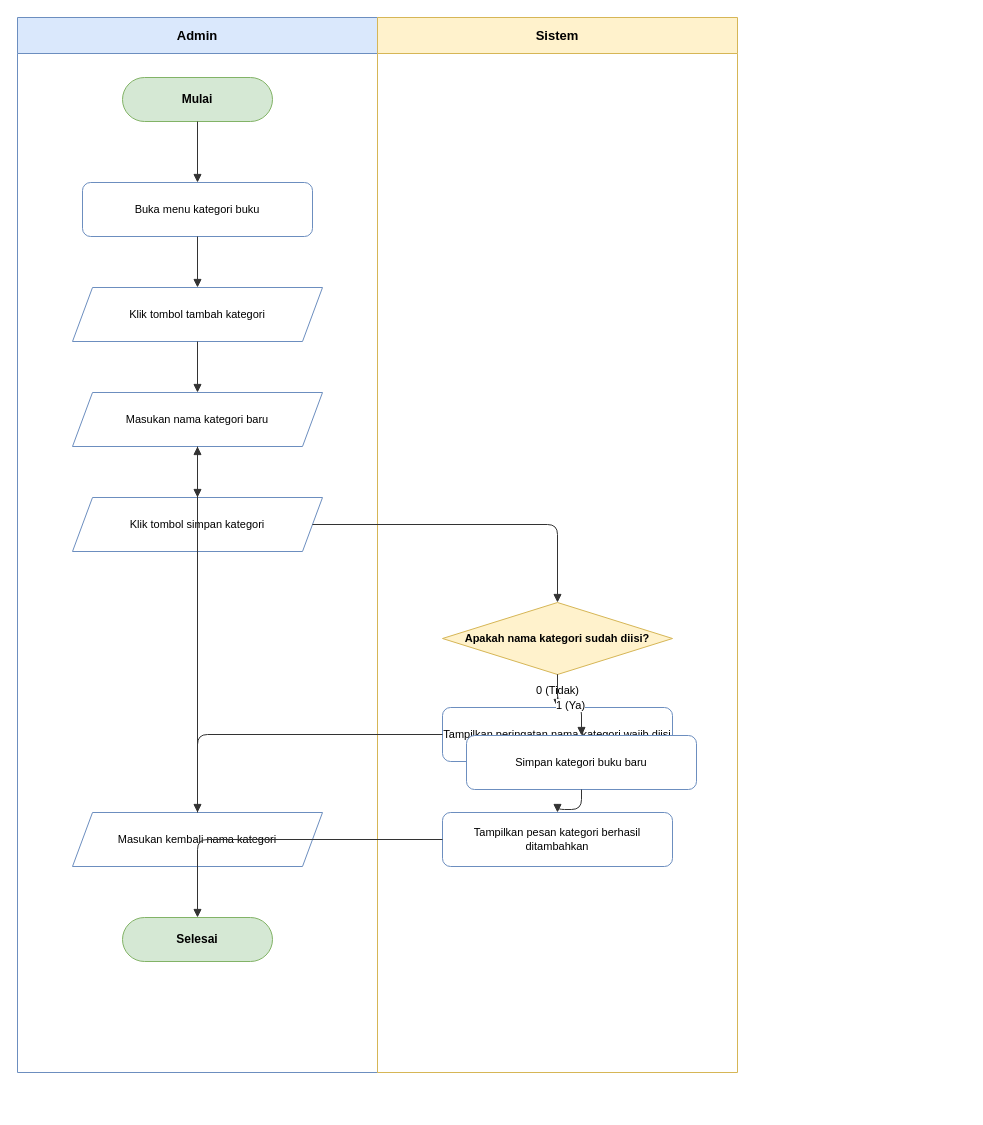
This is docs/diagrams/activity/activity-createcategory.drawio from dimstyle/ruang-baca, a draw.io file, before an edit. Source tidied: cells renumbered, new cells numbered last; positions are measured from the earlier drawing's top-left corner, leaving out a move shared by most shapes. Both pictures are drawn from the tidied source at 100%, with x=0, y=0 at pixel (17, 17).
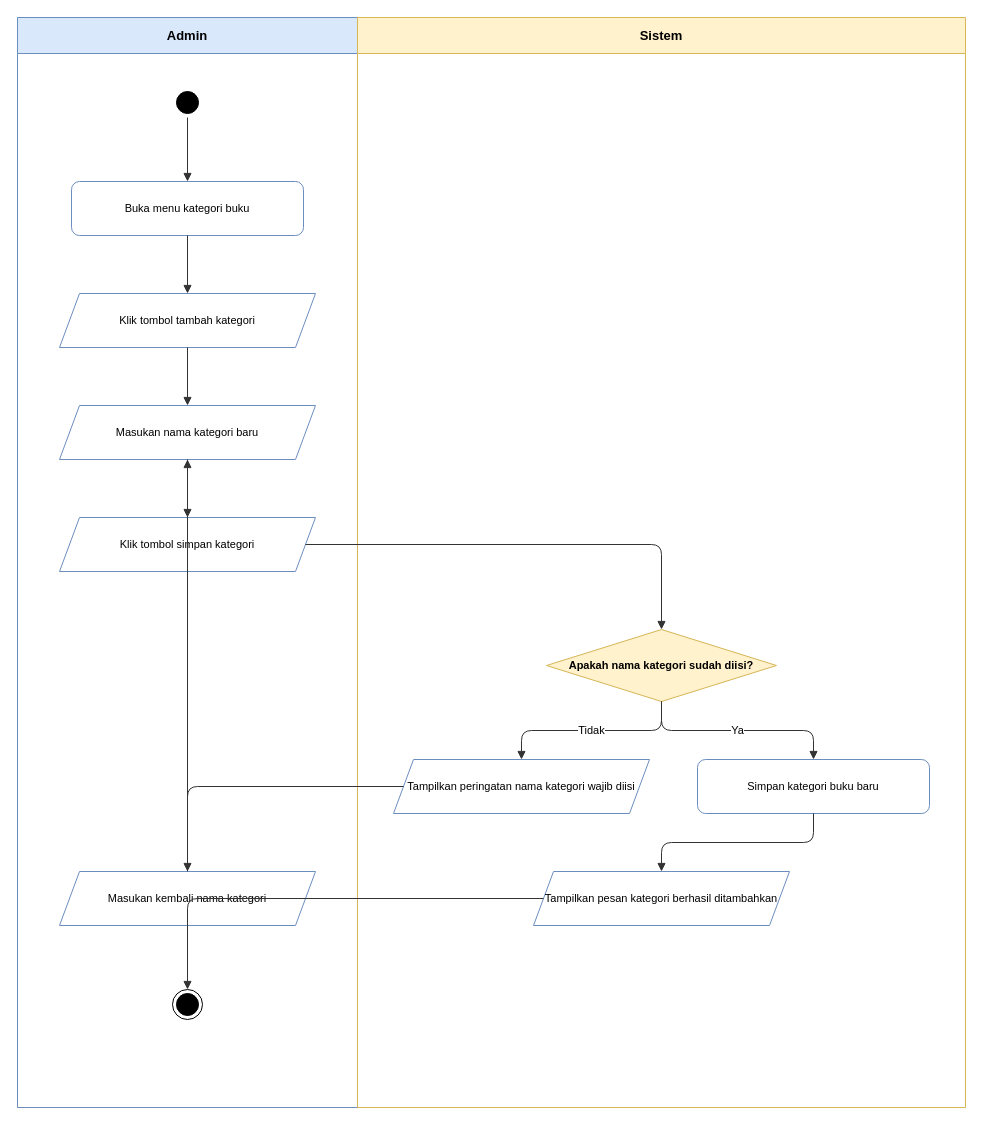
Above is the later version.

Diff of the diagram source:
```diff
@@
     <mxCell id="2" value="Admin" style="swimlane;whiteSpace=wrap;html=1;startSize=36;fillColor=#dae8fc;strokeColor=#6c8ebf;fontStyle=1;fontSize=13;" parent="1" vertex="1">
-      <mxGeometry width="360" height="1055" as="geometry" />
+      <mxGeometry width="340" height="1090" as="geometry" />
     </mxCell>
     <mxCell id="3" value="Sistem" style="swimlane;whiteSpace=wrap;html=1;startSize=36;fillColor=#fff2cc;strokeColor=#d6b656;fontStyle=1;fontSize=13;" parent="1" vertex="1">
-      <mxGeometry x="360" width="360" height="1055" as="geometry" />
+      <mxGeometry x="340" width="608" height="1090" as="geometry" />
     </mxCell>
-    <mxCell id="4" value="Mulai" style="rounded=1;whiteSpace=wrap;html=1;arcSize=50;fillColor=#d5e8d4;strokeColor=#82b366;fontStyle=1;fontSize=12;" parent="2" vertex="1">
-      <mxGeometry x="105" y="60" width="150" height="44" as="geometry" />
+    <mxCell id="4" style="ellipse;html=1;shape=startState;fillColor=#000000;strokeColor=#000000;" parent="2" vertex="1">
+      <mxGeometry x="155" y="70" width="30" height="30" as="geometry" />
     </mxCell>
     <mxCell id="5" value="Buka menu kategori buku" style="rounded=1;whiteSpace=wrap;html=1;fillColor=#ffffff;strokeColor=#6c8ebf;fontSize=11;" parent="2" vertex="1">
-      <mxGeometry x="65" y="165" width="230" height="54" as="geometry" />
+      <mxGeometry x="54" y="164" width="232" height="54" as="geometry" />
     </mxCell>
     <mxCell id="6" value="Klik tombol tambah kategori" style="shape=parallelogram;perimeter=parallelogramPerimeter;whiteSpace=wrap;html=1;fixedSize=1;fillColor=#ffffff;strokeColor=#6c8ebf;fontSize=11;" parent="2" vertex="1">
-      <mxGeometry x="55" y="270" width="250" height="54" as="geometry" />
+      <mxGeometry x="42" y="276" width="256" height="54" as="geometry" />
     </mxCell>
     <mxCell id="7" value="Masukan nama kategori baru" style="shape=parallelogram;perimeter=parallelogramPerimeter;whiteSpace=wrap;html=1;fixedSize=1;fillColor=#ffffff;strokeColor=#6c8ebf;fontSize=11;" parent="2" vertex="1">
-      <mxGeometry x="55" y="375" width="250" height="54" as="geometry" />
+      <mxGeometry x="42" y="388" width="256" height="54" as="geometry" />
     </mxCell>
     <mxCell id="8" value="Klik tombol simpan kategori" style="shape=parallelogram;perimeter=parallelogramPerimeter;whiteSpace=wrap;html=1;fixedSize=1;fillColor=#ffffff;strokeColor=#6c8ebf;fontSize=11;" parent="2" vertex="1">
-      <mxGeometry x="55" y="480" width="250" height="54" as="geometry" />
+      <mxGeometry x="42" y="500" width="256" height="54" as="geometry" />
     </mxCell>
     <mxCell id="9" value="Masukan kembali nama kategori" style="shape=parallelogram;perimeter=parallelogramPerimeter;whiteSpace=wrap;html=1;fixedSize=1;fillColor=#ffffff;strokeColor=#6c8ebf;fontSize=11;" parent="2" vertex="1">
-      <mxGeometry x="55" y="795" width="250" height="54" as="geometry" />
+      <mxGeometry x="42" y="854" width="256" height="54" as="geometry" />
     </mxCell>
-    <mxCell id="10" value="Selesai" style="rounded=1;whiteSpace=wrap;html=1;arcSize=50;fillColor=#d5e8d4;strokeColor=#82b366;fontStyle=1;fontSize=12;" parent="2" vertex="1">
-      <mxGeometry x="105" y="900" width="150" height="44" as="geometry" />
+    <mxCell id="10" style="ellipse;html=1;shape=endState;fillColor=#000000;strokeColor=#000000;" parent="2" vertex="1">
+      <mxGeometry x="155" y="972" width="30" height="30" as="geometry" />
     </mxCell>
     <mxCell id="11" value="Apakah nama kategori sudah diisi?" style="rhombus;whiteSpace=wrap;html=1;fillColor=#fff2cc;strokeColor=#d6b656;fontStyle=1;fontSize=11;" parent="3" vertex="1">
-      <mxGeometry x="65" y="585" width="230" height="72" as="geometry" />
+      <mxGeometry x="189" y="612" width="230" height="72" as="geometry" />
     </mxCell>
-    <mxCell id="12" value="Tampilkan peringatan nama kategori wajib diisi" style="rounded=1;whiteSpace=wrap;html=1;fillColor=#ffffff;strokeColor=#6c8ebf;fontSize=11;" parent="3" vertex="1">
-      <mxGeometry x="65" y="690" width="230" height="54" as="geometry" />
+    <mxCell id="12" value="Tampilkan peringatan nama kategori wajib diisi" style="shape=parallelogram;perimeter=parallelogramPerimeter;whiteSpace=wrap;html=1;fixedSize=1;fillColor=#ffffff;strokeColor=#6c8ebf;fontSize=11;" parent="3" vertex="1">
+      <mxGeometry x="36" y="742" width="256" height="54" as="geometry" />
     </mxCell>
     <mxCell id="13" value="Simpan kategori buku baru" style="rounded=1;whiteSpace=wrap;html=1;fillColor=#ffffff;strokeColor=#6c8ebf;fontSize=11;" parent="3" vertex="1">
-      <mxGeometry x="89" y="718" width="230" height="54" as="geometry" />
+      <mxGeometry x="340" y="742" width="232" height="54" as="geometry" />
     </mxCell>
-    <mxCell id="14" value="Tampilkan pesan kategori berhasil ditambahkan" style="rounded=1;whiteSpace=wrap;html=1;fillColor=#ffffff;strokeColor=#6c8ebf;fontSize=11;" parent="3" vertex="1">
-      <mxGeometry x="65" y="795" width="230" height="54" as="geometry" />
+    <mxCell id="14" value="Tampilkan pesan kategori berhasil ditambahkan" style="shape=parallelogram;perimeter=parallelogramPerimeter;whiteSpace=wrap;html=1;fixedSize=1;fillColor=#ffffff;strokeColor=#6c8ebf;fontSize=11;" parent="3" vertex="1">
+      <mxGeometry x="176" y="854" width="256" height="54" as="geometry" />
     </mxCell>
@@
-    <mxCell id="21" value="0 (Tidak)" style="edgeStyle=orthogonalEdgeStyle;rounded=1;jettySize=auto;html=1;endArrow=block;endFill=1;strokeColor=#333333;fontSize=11;labelBackgroundColor=#ffffff;" parent="1" edge="1" source="11" target="12">
+    <mxCell id="21" value="Tidak" style="edgeStyle=orthogonalEdgeStyle;rounded=1;jettySize=auto;html=1;endArrow=block;endFill=1;strokeColor=#333333;fontSize=11;labelBackgroundColor=#ffffff;" parent="1" edge="1" source="11" target="12">
       <mxGeometry relative="1" as="geometry" />
     </mxCell>
@@
-    <mxCell id="23" value="1 (Ya)" style="edgeStyle=orthogonalEdgeStyle;rounded=1;jettySize=auto;html=1;endArrow=block;endFill=1;strokeColor=#333333;fontSize=11;labelBackgroundColor=#ffffff;" parent="1" edge="1" source="11" target="13">
+    <mxCell id="23" value="Ya" style="edgeStyle=orthogonalEdgeStyle;rounded=1;jettySize=auto;html=1;endArrow=block;endFill=1;strokeColor=#333333;fontSize=11;labelBackgroundColor=#ffffff;" parent="1" edge="1" source="11" target="13">
       <mxGeometry relative="1" as="geometry" />
     </mxCell>
```
